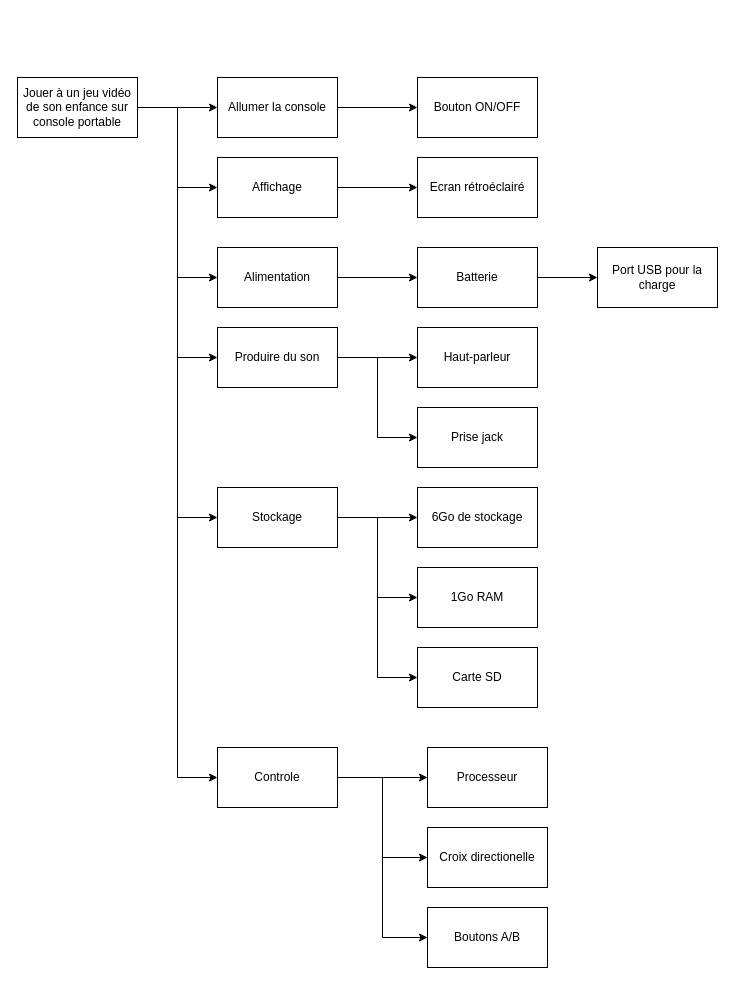
This is Diagramme sans nom.drawio from adam-deruelle/SAE2, a draw.io file, before an edit. Source tidied: cells renumbered, new cells numbered last; positions are measured from the earlier drawing's top-left corner, leaving out a move shared by most shapes. Both pictures are drawn from the tidied source at 100%, with x=0, y=0 at pixel (17, 77).
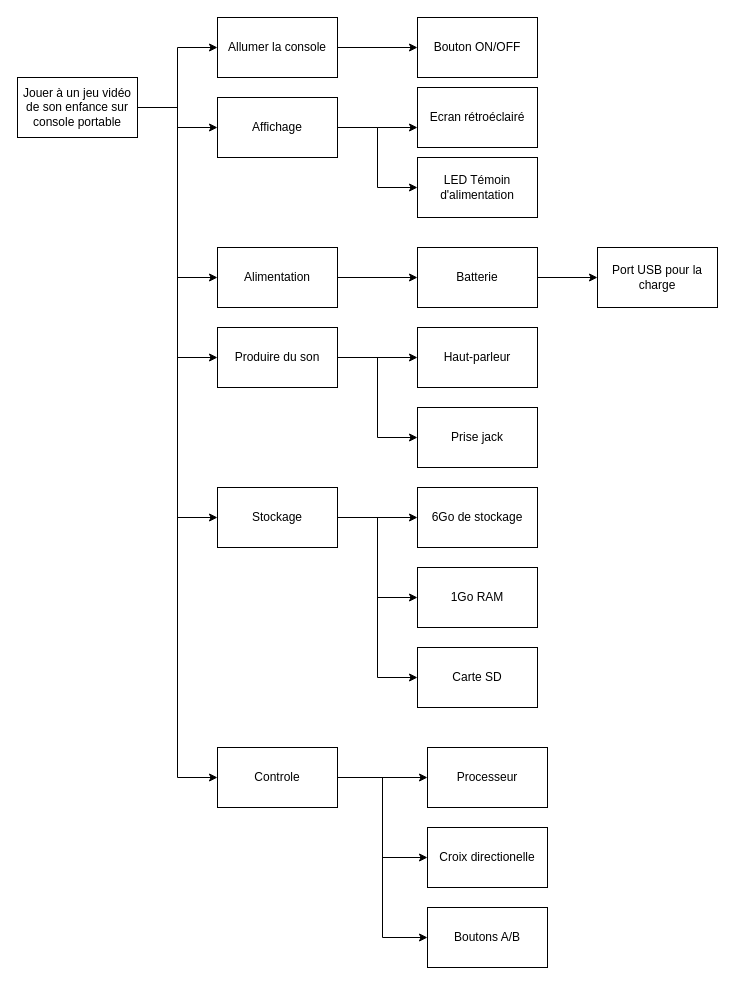
Above is the later version.

Commit message (it also covers changes not shown here):
Mettre à jour Diagramme sans nom.drawio

The edit, as a diff of the source:
```diff
@@
     <mxCell id="10" value="Allumer la console" style="rounded=0;whiteSpace=wrap;html=1;" parent="1" vertex="1">
-      <mxGeometry x="200" width="120" height="60" as="geometry" />
+      <mxGeometry x="200" y="-60" width="120" height="60" as="geometry" />
     </mxCell>
-    <mxCell id="11" value="Ecran rétroéclairé" style="whiteSpace=wrap;html=1;" parent="1" vertex="1">
-      <mxGeometry x="400" y="80" width="120" height="60" as="geometry" />
-    </mxCell>
-    <mxCell id="12" style="edgeStyle=orthogonalEdgeStyle;rounded=0;jettySize=auto;html=1;exitX=1;exitY=0.5;exitDx=0;exitDy=0;entryX=0;entryY=0.5;entryDx=0;entryDy=0;" parent="1" edge="1" source="13" target="11">
-      <mxGeometry relative="1" as="geometry" />
+    <mxCell id="12" style="edgeStyle=orthogonalEdgeStyle;rounded=0;jettySize=auto;html=1;exitX=1;exitY=0.5;exitDx=0;exitDy=0;entryX=0;entryY=0.5;entryDx=0;entryDy=0;" parent="1" edge="1" source="13">
+      <mxGeometry relative="1" as="geometry">
+        <mxPoint x="400" y="50" as="targetPoint" />
+      </mxGeometry>
     </mxCell>
+    <mxCell id="39" style="edgeStyle=orthogonalEdgeStyle;rounded=0;jettySize=auto;html=1;entryX=0;entryY=0.5;entryDx=0;entryDy=0;" parent="1" edge="1" source="13" target="40">
+      <mxGeometry relative="1" as="geometry" />
+    </mxCell>
     <mxCell id="13" value="Affichage" style="whiteSpace=wrap;html=1;" parent="1" vertex="1">
-      <mxGeometry x="200" y="80" width="120" height="60" as="geometry" />
+      <mxGeometry x="200" y="20" width="120" height="60" as="geometry" />
     </mxCell>
@@
     <mxCell id="23" value="Bouton ON/OFF" style="whiteSpace=wrap;html=1;" parent="1" vertex="1">
-      <mxGeometry x="400" width="120" height="60" as="geometry" />
+      <mxGeometry x="400" y="-60" width="120" height="60" as="geometry" />
     </mxCell>
@@
+    <mxCell id="11" value="Ecran rétroéclairé" style="whiteSpace=wrap;html=1;" parent="1" vertex="1">
+      <mxGeometry x="400" y="10" width="120" height="60" as="geometry" />
+    </mxCell>
+    <mxCell id="40" value="LED Témoin d'alimentation" style="whiteSpace=wrap;html=1;" parent="1" vertex="1">
+      <mxGeometry x="400" y="80" width="120" height="60" as="geometry" />
+    </mxCell>
```
